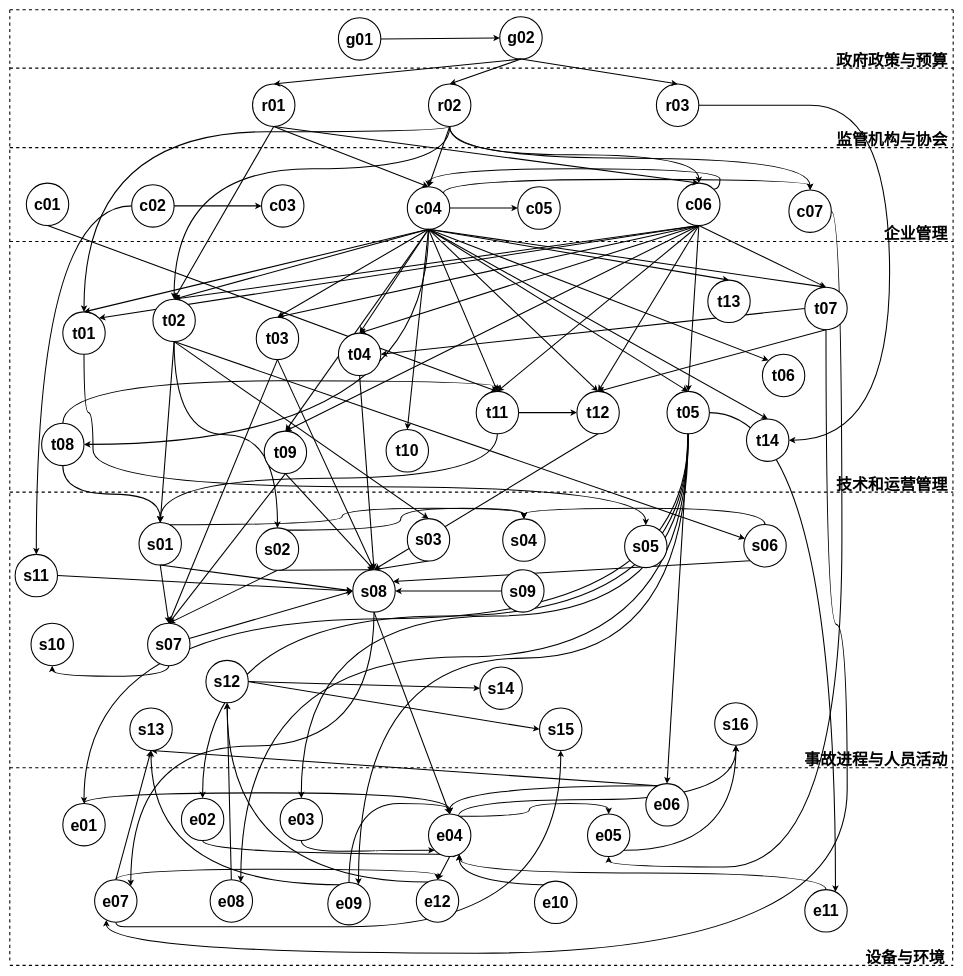
The draw.io diagram AcciMap编号图.drawio in fangjiarong/docs, before the edit. Source tidied: cells renumbered, new cells numbered last; positions are measured from the earlier drawing's top-left corner, leaving out a move shared by most shapes. Both pictures are drawn from the tidied source at 53%, with x=0, y=0 at pixel (10, 10).
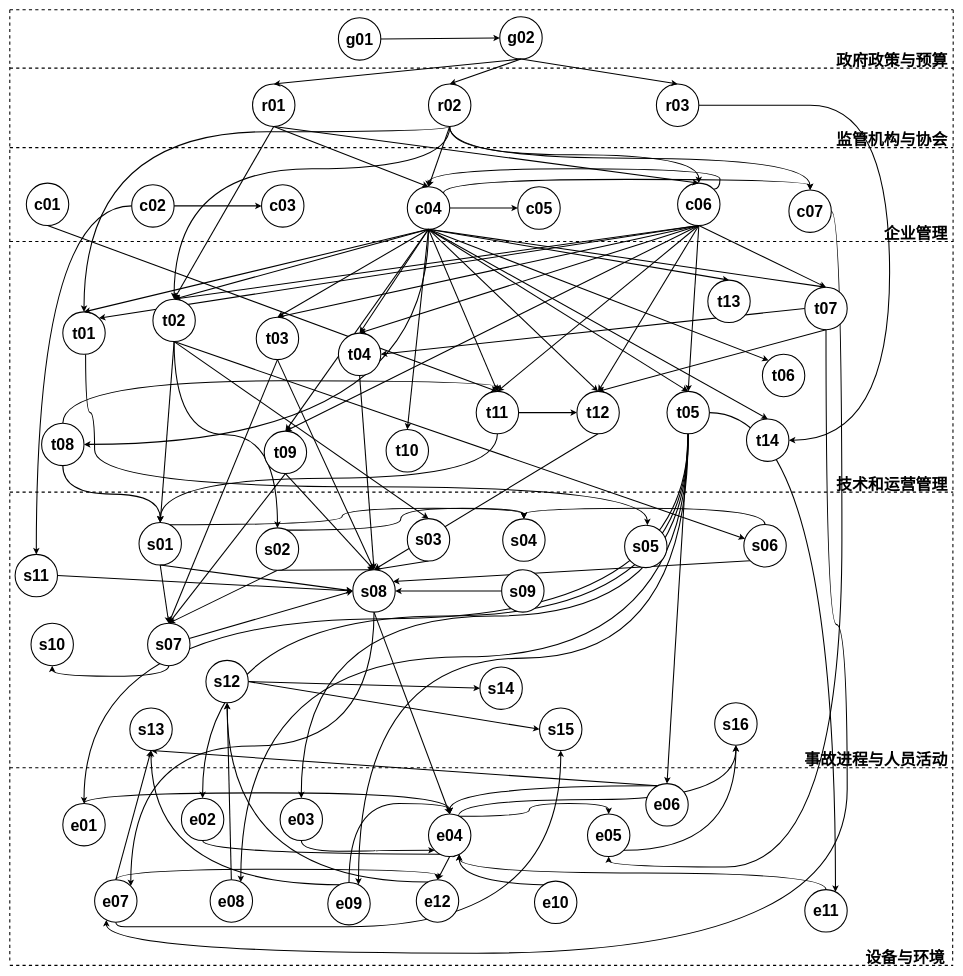
Above is the later version.

Commit message (it also covers changes not shown here):
更新AcciMap编号图.drawio

The change refers to these unchanged cells:
```xml
<mxCell id="29" value="t01&lt;br style=&quot;font-size: 30px;&quot;&gt;" style="ellipse;whiteSpace=wrap;html=1;strokeWidth=2;fontSize=30;fontStyle=1;" parent="1" vertex="1">
  <mxGeometry x="100" y="570" width="80" height="80" as="geometry" />
</mxCell>
<mxCell id="164" value="s05&lt;br style=&quot;font-size: 30px;&quot;&gt;" style="ellipse;whiteSpace=wrap;html=1;strokeWidth=2;fontSize=30;fontStyle=1;" parent="1" vertex="1">
  <mxGeometry x="1160" y="972.5" width="80" height="80" as="geometry" />
</mxCell>
```

The edit, as a diff of the source:
```diff
@@
-    <mxCell id="28" style="edgeStyle=orthogonalEdgeStyle;curved=1;rounded=0;jettySize=auto;html=1;exitX=0.5;exitY=1;exitDx=0;exitDy=0;entryX=0.5;entryY=0;entryDx=0;entryDy=0;strokeWidth=2;align=center;verticalAlign=middle;labelBorderColor=none;fontSize=30;fontStyle=1;" parent="1" edge="1" source="29" target="164">
+    <mxCell id="28" style="edgeStyle=orthogonalEdgeStyle;curved=1;rounded=0;orthogonalLoop=1;jettySize=auto;html=1;exitX=0.5;exitY=1;exitDx=0;exitDy=0;entryX=0.5;entryY=0;entryDx=0;entryDy=0;strokeWidth=2;align=center;verticalAlign=middle;labelBorderColor=none;fontSize=30;fontStyle=1;" parent="1" edge="1">
       <mxGeometry relative="1" as="geometry">
+        <mxPoint x="143" y="650" as="sourcePoint" />
+        <mxPoint x="1203" y="972.5" as="targetPoint" />
         <Array as="points">
-          <mxPoint x="140" y="760" />
-          <mxPoint x="157" y="760" />
-          <mxPoint x="157" y="900" />
-          <mxPoint x="1200" y="900" />
+          <mxPoint x="143" y="760" />
+          <mxPoint x="160" y="760" />
+          <mxPoint x="160" y="900" />
+          <mxPoint x="1203" y="900" />
         </Array>
       </mxGeometry>
     </mxCell>
```
